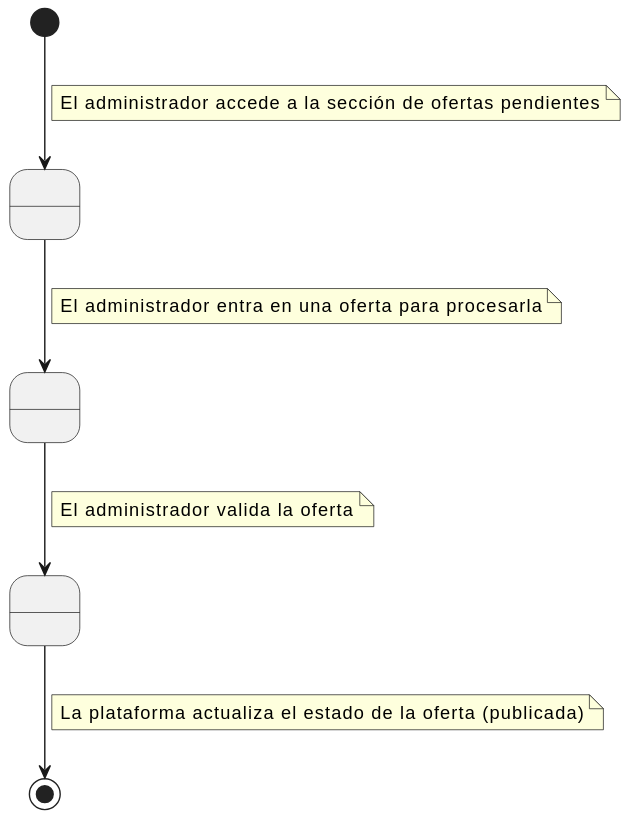
This is modelosUML/CasosDeUso/svg/Detallar/aceptarOferta.svg from mmasias/24-25-IdSw1-SDR, a PlantUML export, as it was before one commit.
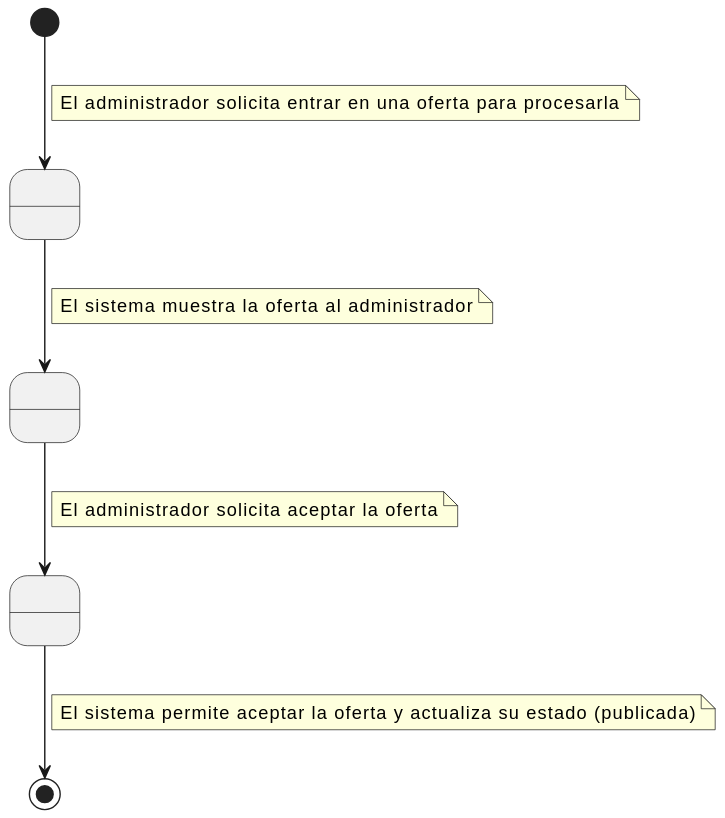
The same diagram one commit later.

The edit, as a diff of the source:
```diff
@@ -5,18 +5,18 @@
 
 [*] --> Estado1
     note on link
-        El administrador accede a la sección de ofertas pendientes
+        El administrador solicita entrar en una oferta para procesarla
     end note
 Estado1 --> Estado2
     note on link
-        El administrador entra en una oferta para procesarla
+        El sistema muestra la oferta al administrador
     end note
 Estado2 --> Estado3
     note on link
-        El administrador valida la oferta
+        El administrador solicita aceptar la oferta
     end note
 Estado3 --> [*]
     note on link
-        La plataforma actualiza el estado de la oferta (publicada)
+        El sistema permite aceptar la oferta y actualiza su estado (publicada)
     end note
 @enduml
```
